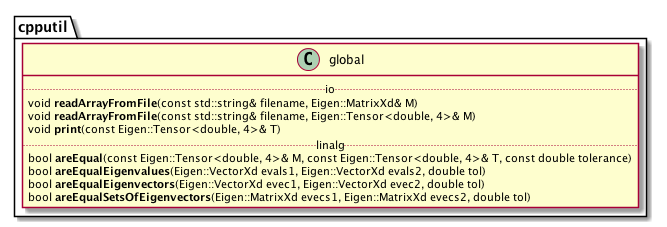
This is docs/cpputil.png from matt-chan/cpputil, a PlantUML export, as it was before one commit.
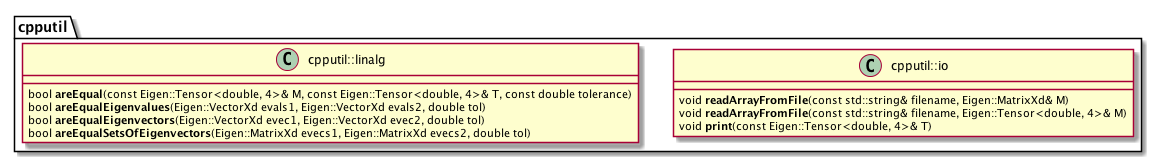
After the change.

Commit message:
Update UML diagram.

Change to the diagram source:
```diff
@@ -3,16 +3,17 @@
 
 namespace cpputil {
 
-    class global {
-        .. io ..
-            void **readArrayFromFile**(const std::string& filename, Eigen::MatrixXd& M)
-            void **readArrayFromFile**(const std::string& filename, Eigen::Tensor<double, 4>& M)
-            void **print**(const Eigen::Tensor<double, 4>& T)
-        .. linalg ..
-            bool **areEqual**(const Eigen::Tensor<double, 4>& M, const Eigen::Tensor<double, 4>& T, const double tolerance)
-            bool **areEqualEigenvalues**(Eigen::VectorXd evals1, Eigen::VectorXd evals2, double tol)
-            bool **areEqualEigenvectors**(Eigen::VectorXd evec1, Eigen::VectorXd evec2, double tol)
-            bool **areEqualSetsOfEigenvectors**(Eigen::MatrixXd evecs1, Eigen::MatrixXd evecs2, double tol)
+    class cpputil::io {
+        void **readArrayFromFile**(const std::string& filename, Eigen::MatrixXd& M)
+        void **readArrayFromFile**(const std::string& filename, Eigen::Tensor<double, 4>& M)
+        void **print**(const Eigen::Tensor<double, 4>& T)
+    }
+
+    class cpputil::linalg {
+        bool **areEqual**(const Eigen::Tensor<double, 4>& M, const Eigen::Tensor<double, 4>& T, const double tolerance)
+        bool **areEqualEigenvalues**(Eigen::VectorXd evals1, Eigen::VectorXd evals2, double tol)
+        bool **areEqualEigenvectors**(Eigen::VectorXd evec1, Eigen::VectorXd evec2, double tol)
+        bool **areEqualSetsOfEigenvectors**(Eigen::MatrixXd evecs1, Eigen::MatrixXd evecs2, double tol)
     }
 
 }
```
